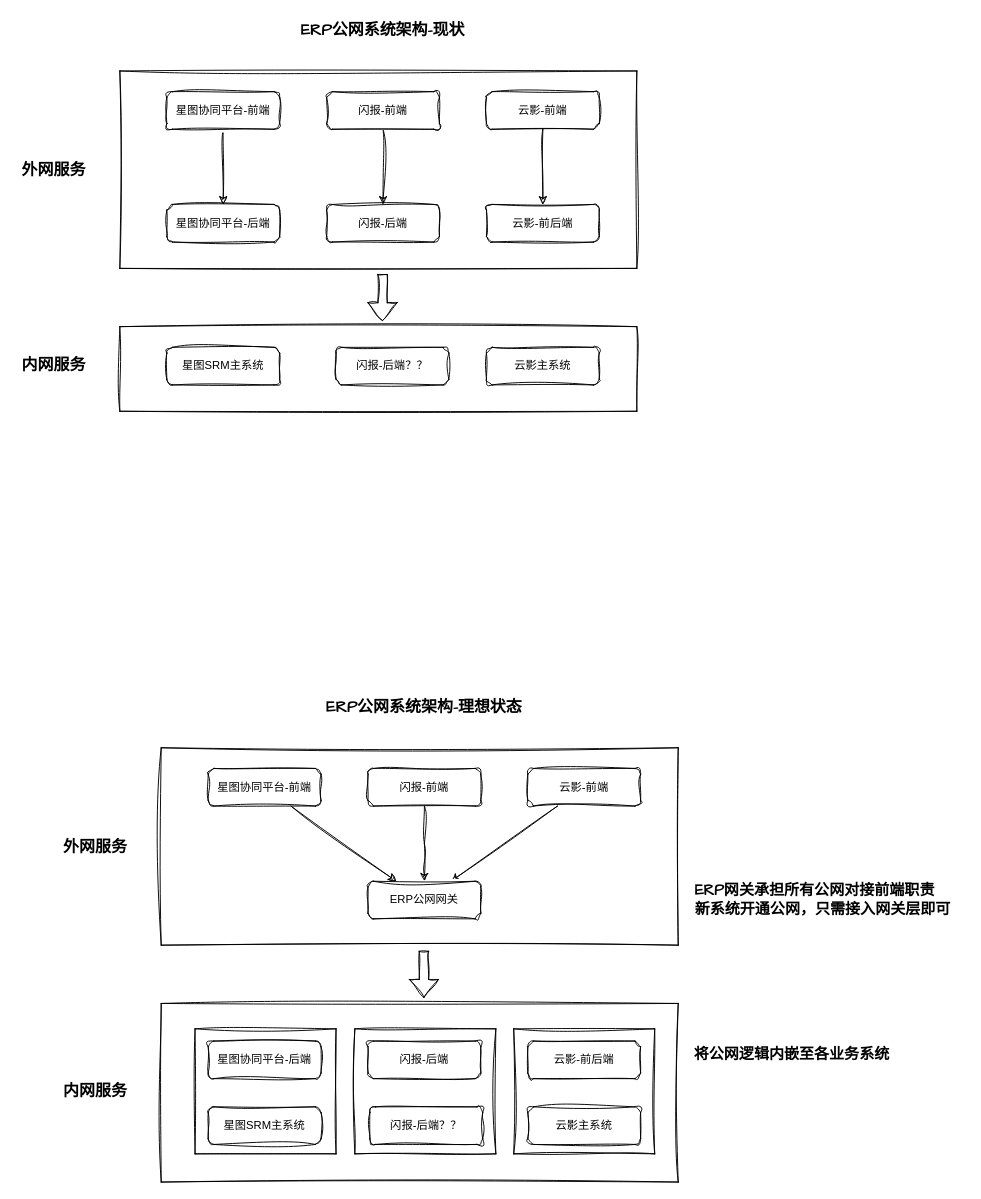
This is ERP安全治理.drawio from S0Louis/drowio, a draw.io file, before an edit. Source tidied: cells renumbered, new cells numbered last; positions are measured from the earlier drawing's top-left corner, leaving out a move shared by most shapes. Both pictures are drawn from the tidied source at 94%, with x=0, y=0 at pixel (16, 16).
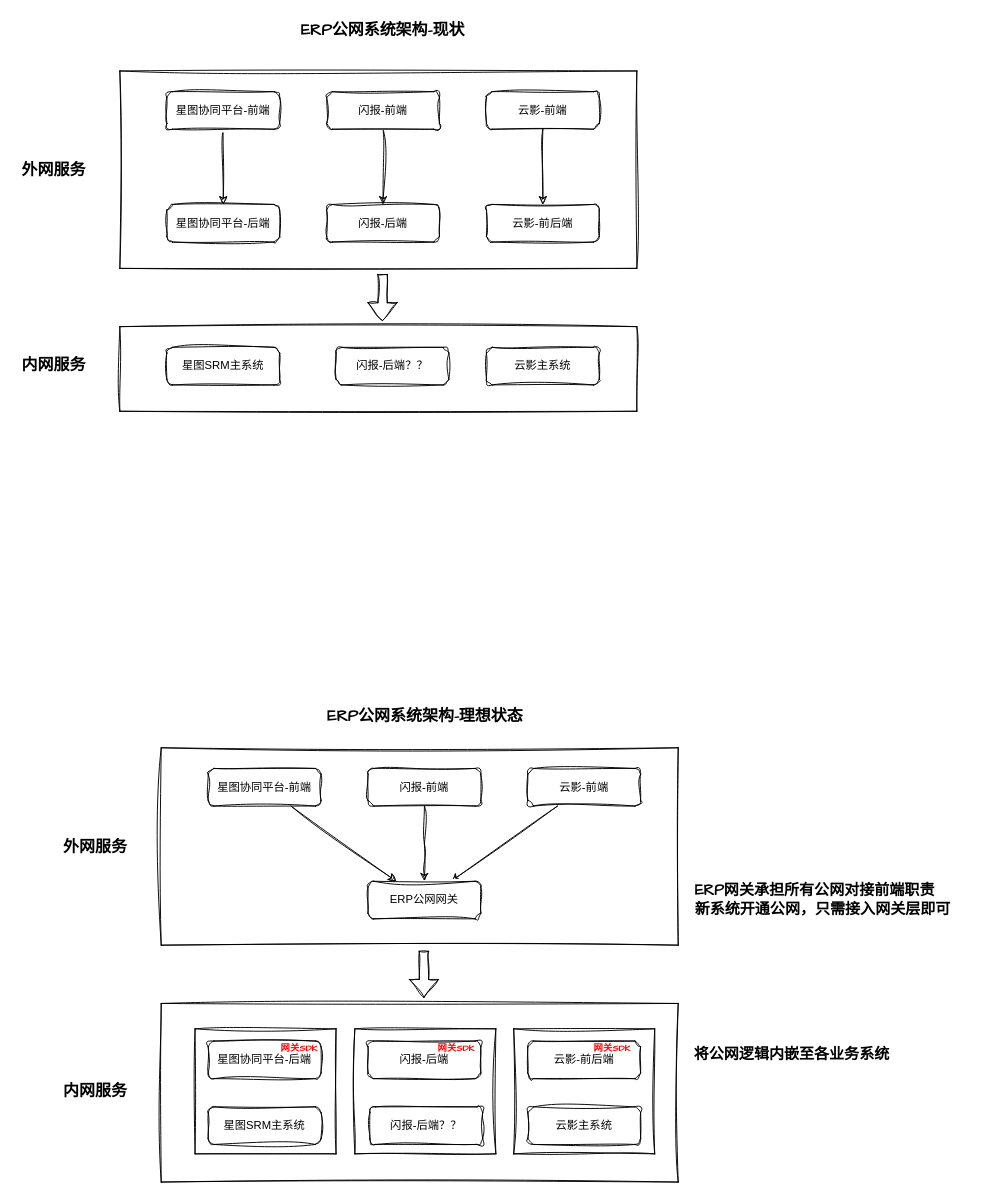
Above is the later version.

Commit message (it also covers changes not shown here):
更新ERP安全治理.drawio

The edit, as a diff of the source:
```diff
@@
     <mxCell id="38" value="&lt;b&gt;&lt;font style=&quot;font-size: 17px;&quot;&gt;ERP公网系统架构-理想状态&lt;/font&gt;&lt;/b&gt;" style="text;html=1;align=center;verticalAlign=middle;whiteSpace=wrap;rounded=0;fontFamily=Architects Daughter;" parent="1" vertex="1">
-      <mxGeometry x="326" y="720" width="216" height="30" as="geometry" />
+      <mxGeometry x="327" y="730" width="216" height="30" as="geometry" />
     </mxCell>
@@
+    <mxCell id="44" value="&lt;font style=&quot;font-size: 10px;&quot;&gt;网关SDK&lt;/font&gt;" style="text;html=1;align=center;verticalAlign=middle;whiteSpace=wrap;rounded=0;fontFamily=Architects Daughter;fontColor=#ff0000;fontStyle=1;" parent="1" vertex="1">
+      <mxGeometry x="271" y="1083" width="60" height="30" as="geometry" />
+    </mxCell>
+    <mxCell id="45" value="&lt;font style=&quot;font-size: 10px;&quot;&gt;网关SDK&lt;/font&gt;" style="text;html=1;align=center;verticalAlign=middle;whiteSpace=wrap;rounded=0;fontFamily=Architects Daughter;fontColor=#ff0000;fontStyle=1;" parent="1" vertex="1">
+      <mxGeometry x="438" y="1083" width="60" height="30" as="geometry" />
+    </mxCell>
+    <mxCell id="46" value="&lt;font style=&quot;font-size: 10px;&quot;&gt;网关SDK&lt;/font&gt;" style="text;html=1;align=center;verticalAlign=middle;whiteSpace=wrap;rounded=0;fontFamily=Architects Daughter;fontColor=#ff0000;fontStyle=1;" parent="1" vertex="1">
+      <mxGeometry x="604" y="1083" width="60" height="30" as="geometry" />
+    </mxCell>
```
